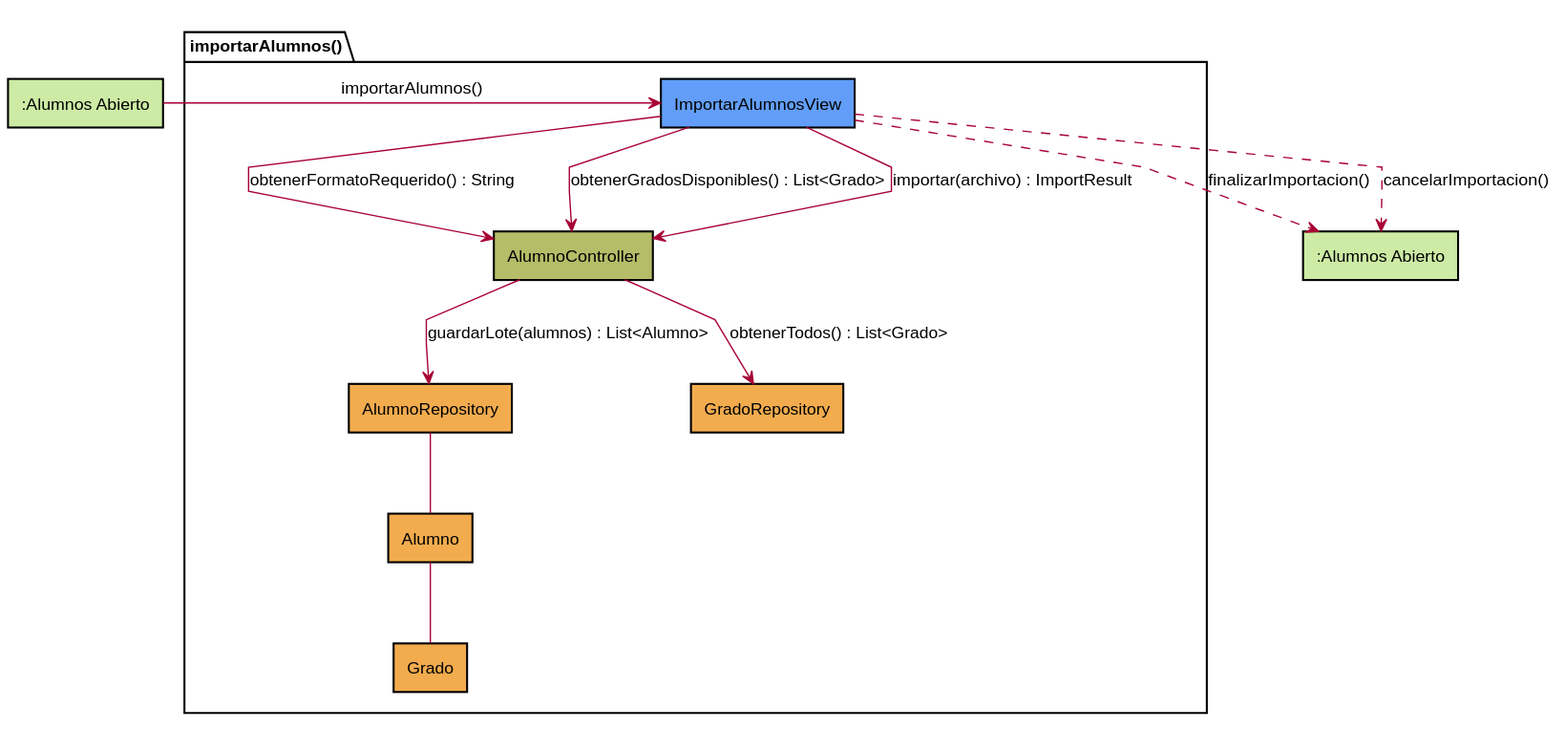
carlos-alvarado-25/25-26-idsw2-sdVC keeps this PlantUML diagram as images/01-analisis/casos-uso/importarAlumnos/importarAlumnos-analisis.svg. Above is the earlier version. Source of this version:
```plantuml
@startuml importarAlumnos-analisis
skinparamlocked backgroundColor white
skinparam backgroundColor white
skinparam shadowing false
skinparam DefaultFontColor black
skinparam DefaultFontSize 12
skinparam linetype polyline

rectangle #CDEBA5 ":Alumnos Abierto" as AlumnosAbierto

package importarAlumnos as "importarAlumnos()" {
    rectangle #629EF9 ImportarAlumnosView
    rectangle #b5bd68 AlumnoController
    rectangle #F2AC4E AlumnoRepository
    rectangle #F2AC4E GradoRepository
    rectangle #F2AC4E Alumno
    rectangle #F2AC4E Grado
}

rectangle #CDEBA5 ":Alumnos Abierto" as AlumnosAbiertoSalida

AlumnosAbierto -r-> ImportarAlumnosView: importarAlumnos()

ImportarAlumnosView -d-> AlumnoController: obtenerFormatoRequerido() : String
ImportarAlumnosView -d-> AlumnoController: obtenerGradosDisponibles() : List<Grado>
AlumnoController -d-> GradoRepository: obtenerTodos() : List<Grado>

ImportarAlumnosView -d-> AlumnoController: importar(archivo) : ImportResult

AlumnoController -d-> AlumnoRepository: guardarLote(alumnos) : List<Alumno>

AlumnoRepository -- Alumno
Alumno -- Grado

ImportarAlumnosView ..> AlumnosAbiertoSalida: finalizarImportacion()
ImportarAlumnosView ..> AlumnosAbiertoSalida: cancelarImportacion()

@enduml
```
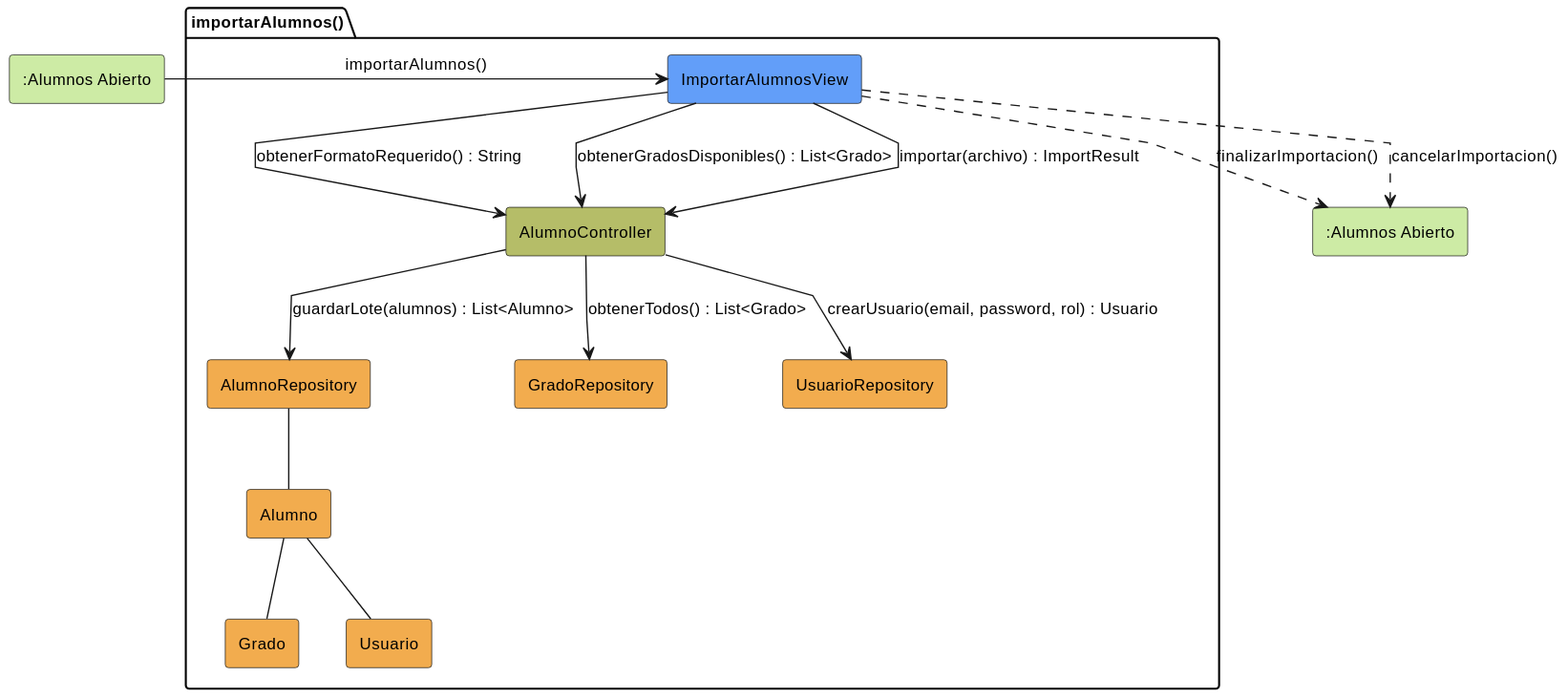
After the commit.

Change to the diagram source:
```diff
@@ -1,5 +1,4 @@
-@startuml importarAlumnos-analisis
-skinparamlocked backgroundColor white
+@startuml
 skinparam backgroundColor white
 skinparam shadowing false
 skinparam DefaultFontColor black
@@ -13,8 +12,10 @@
     rectangle #b5bd68 AlumnoController
     rectangle #F2AC4E AlumnoRepository
     rectangle #F2AC4E GradoRepository
+    rectangle #F2AC4E UsuarioRepository
     rectangle #F2AC4E Alumno
     rectangle #F2AC4E Grado
+    rectangle #F2AC4E Usuario
 }
 
 rectangle #CDEBA5 ":Alumnos Abierto" as AlumnosAbiertoSalida
@@ -27,12 +28,13 @@
 
 ImportarAlumnosView -d-> AlumnoController: importar(archivo) : ImportResult
 
+AlumnoController -d-> UsuarioRepository: crearUsuario(email, password, rol) : Usuario
 AlumnoController -d-> AlumnoRepository: guardarLote(alumnos) : List<Alumno>
 
 AlumnoRepository -- Alumno
 Alumno -- Grado
+Alumno -- Usuario
 
 ImportarAlumnosView ..> AlumnosAbiertoSalida: finalizarImportacion()
 ImportarAlumnosView ..> AlumnosAbiertoSalida: cancelarImportacion()
-
 @enduml
```
